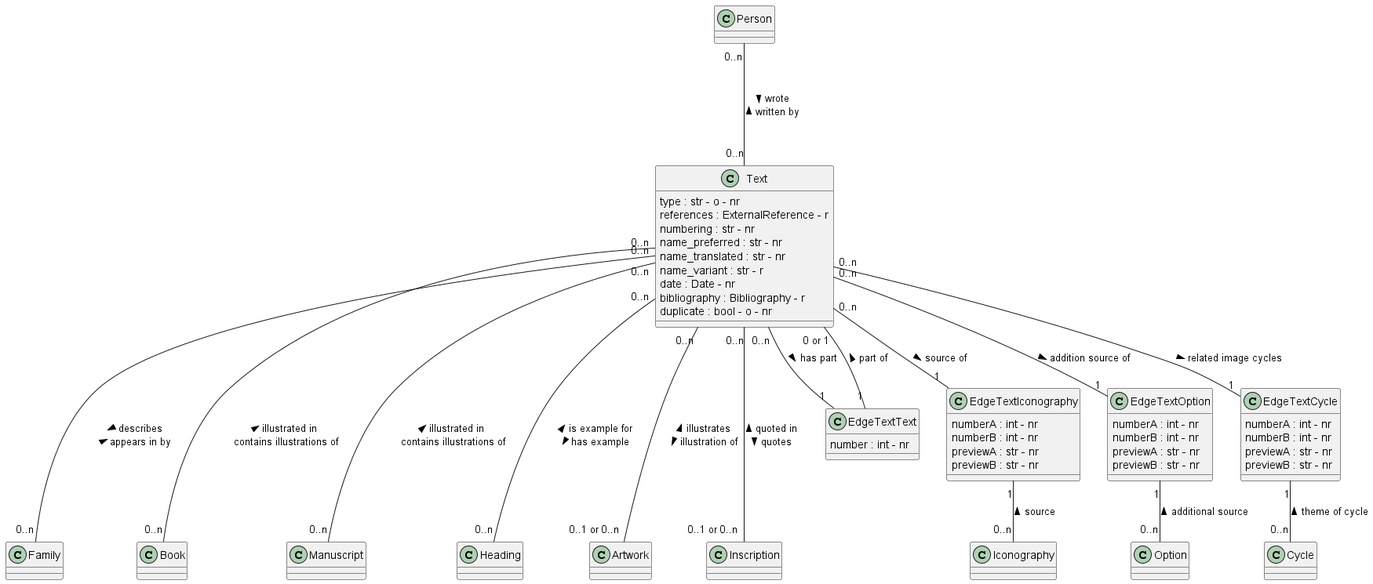
Earlier version of the PlantUML export documentation/class_diagrams/Text.png (tmasch/bpf_be).
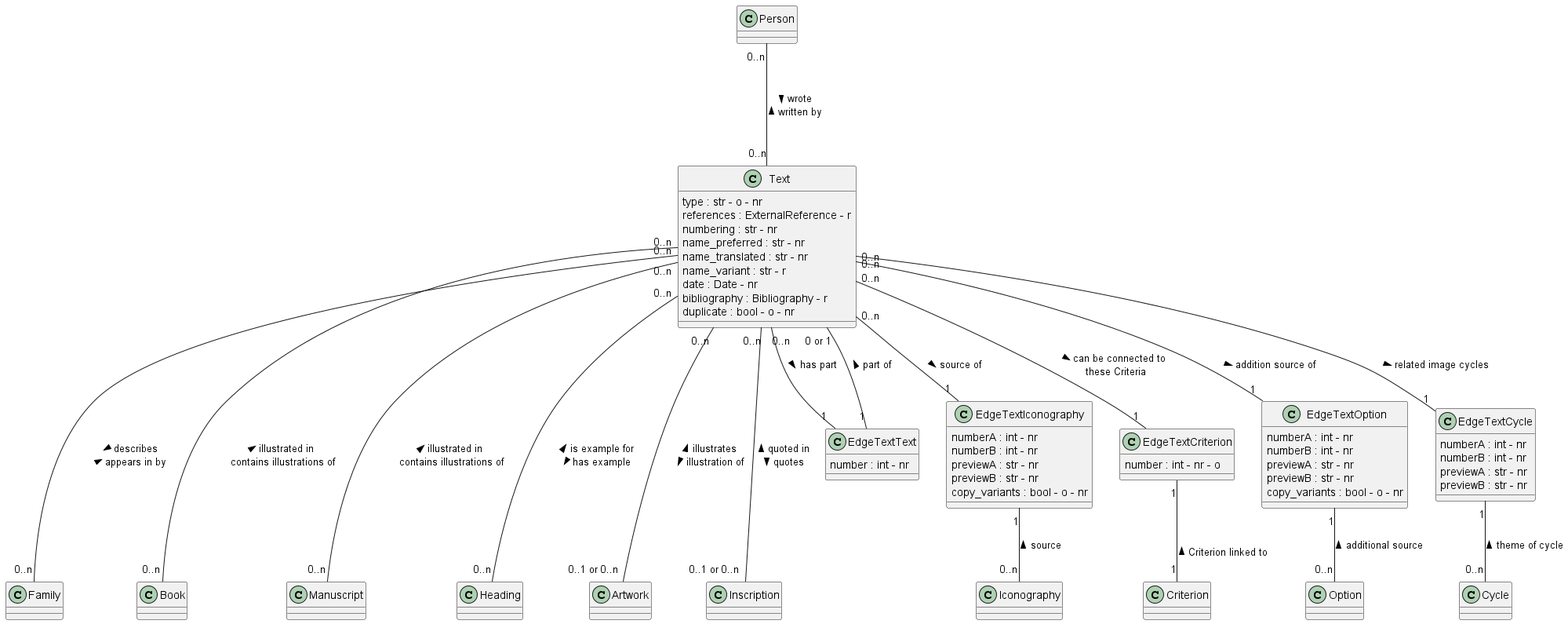
Later version of the same file.

Diff of the diagram source:
```diff
@@ -1,4 +1,4 @@
-@startuml
+@startuml Text
 class Text
 Text : type : str - o - nr
 Text : references : ExternalReference - r
@@ -31,6 +31,10 @@
 
 class Inscription
 
+class Iconography
+
+class Option
+
 class EdgeTextText
 EdgeTextText : number : int - nr
 
@@ -39,18 +43,25 @@
 EdgeTextIconography : numberB : int - nr
 EdgeTextIconography : previewA : str - nr
 EdgeTextIconography : previewB : str - nr
+EdgeTextIconography : copy_variants : bool - o - nr
+
+class EdgeTextCriterion
+EdgeTextCriterion : number : int - nr - o
 
 class EdgeTextOption
 EdgeTextOption : numberA : int - nr
 EdgeTextOption : numberB : int - nr
 EdgeTextOption : previewA : str - nr
 EdgeTextOption : previewB : str - nr
+EdgeTextOption : copy_variants : bool - o - nr
 
 class EdgeTextCycle
 EdgeTextCycle : numberA : int - nr
 EdgeTextCycle : numberB : int - nr
 EdgeTextCycle : previewA : str - nr
 EdgeTextCycle : previewB : str - nr
+
+
 
 Person "0..n" --- "0..n" Text : > wrote \n written by <
 
@@ -62,6 +73,9 @@
 
 Text "0..n" -- "1" EdgeTextIconography : source of >
 EdgeTextIconography "1" -- "0..n" Iconography : source <
+
+Text "0..n" -- "1" EdgeTextCriterion : > can be connected to \n these Criteria
+EdgeTextCriterion "1" -- "1" Criterion : \n Criterion linked to <
 
 Text "0..n" -- "1" EdgeTextOption : addition source of >
 EdgeTextOption "1" -- "0..n" Option : additional source <
```
